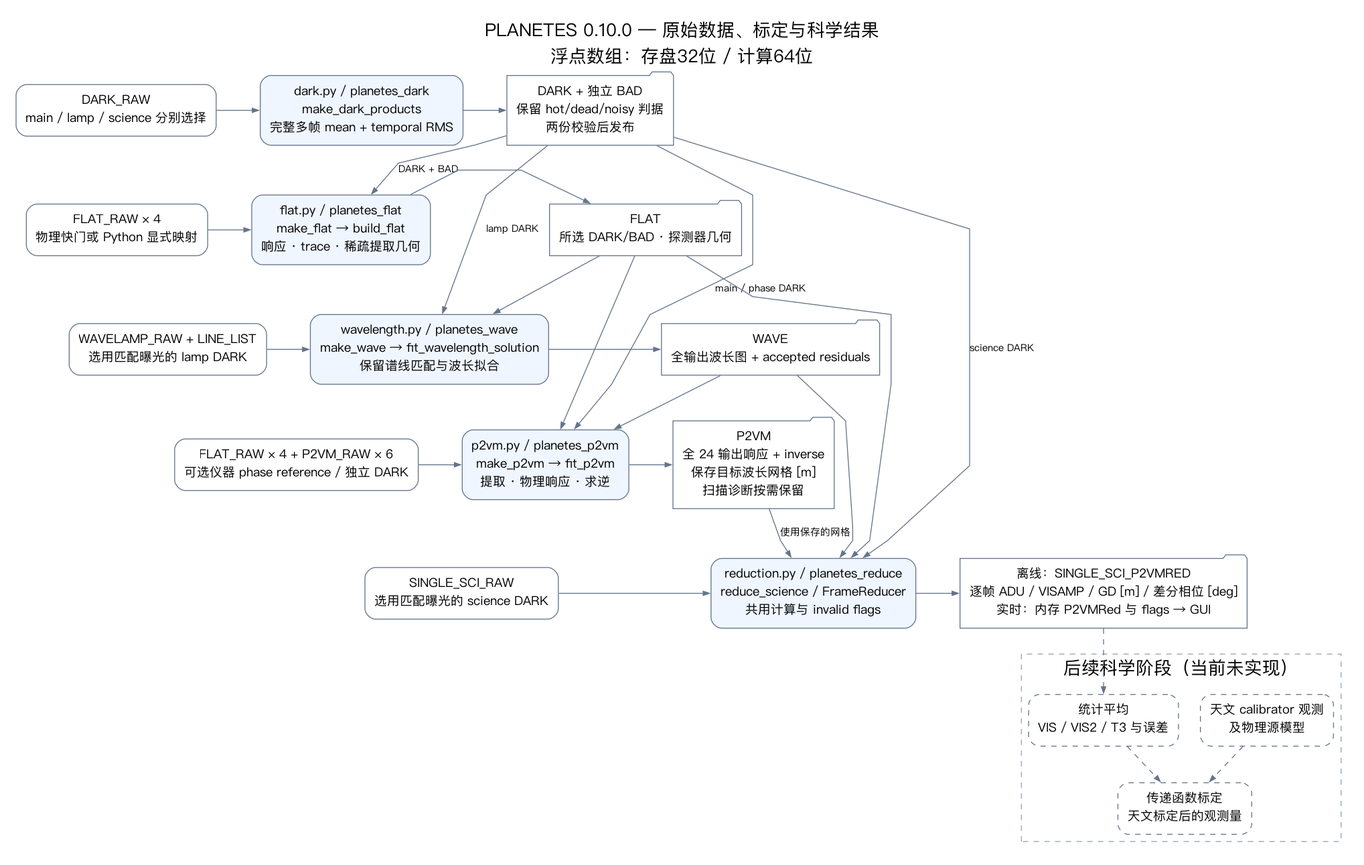
This is docs/dataflow.png from zexwu/planetes_pipe, a Graphviz export, as it was before one commit. Its source is kept beside it as docs/dataflow.dot.
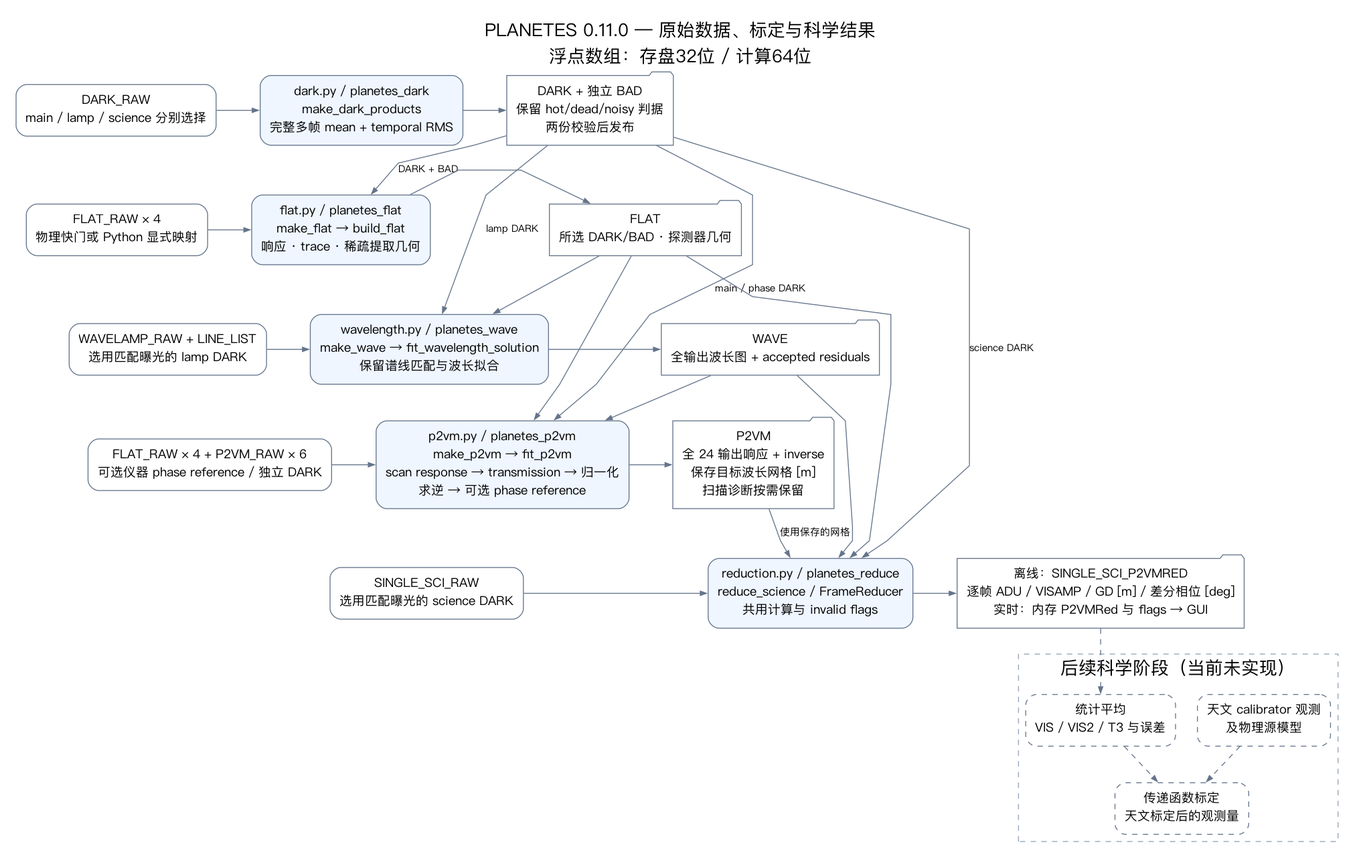
After the change.

Change to the diagram source:
```diff
@@ -1,5 +1,5 @@
 digraph Dataflow {
-  graph [rankdir=TB, bgcolor="white", pad=0.25, nodesep=0.35, ranksep=0.55, splines=polyline, fontname="PingFang SC", fontsize=20, label="PLANETES 0.10.0 — 原始数据、标定与科学结果\n浮点数组：存盘32位 / 计算64位", labelloc=t];
+  graph [rankdir=TB, bgcolor="white", pad=0.25, nodesep=0.35, ranksep=0.55, splines=polyline, fontname="PingFang SC", fontsize=20, label="PLANETES 0.11.0 — 原始数据、标定与科学结果\n浮点数组：存盘32位 / 计算64位", labelloc=t];
   node [shape=box, style="rounded", fontname="PingFang SC", fontsize=14, color="#64748b", margin="0.15,0.12"];
   edge [fontname="PingFang SC", fontsize=11, color="#64748b", arrowsize=0.7];
   rawdark [label="DARK_RAW\nmain / lamp / science 分别选择"];
@@ -12,7 +12,8 @@
   wave [label="wavelength.py / planetes_wave\nmake_wave → fit_wavelength_solution\n保留谱线匹配与波长拟合", style="rounded,filled", fillcolor="#eff6ff"];
   wavefits [label="WAVE\n全输出波长图 + accepted residuals", shape=folder];
   rawp2vm [label="FLAT_RAW × 4 + P2VM_RAW × 6\n可选仪器 phase reference / 独立 DARK"];
-  p2vm [label="p2vm.py / planetes_p2vm\nmake_p2vm → fit_p2vm\n提取 · 物理响应 · 求逆", style="rounded,filled", fillcolor="#eff6ff"];
+  p2vm [label="p2vm.py / planetes_p2vm\nmake_p2vm → fit_p2vm\nscan response → transmission → 归一化
+求逆 → 可选 phase reference", style="rounded,filled", fillcolor="#eff6ff"];
   p2vmfits [label="P2VM\n全 24 输出响应 + inverse\n保存目标波长网格 [m]\n扫描诊断按需保留", shape=folder];
   rawscience [label="SINGLE_SCI_RAW\n选用匹配曝光的 science DARK"];
   science [label="reduction.py / planetes_reduce\nreduce_science / FrameReducer\n共用计算与 invalid flags", style="rounded,filled", fillcolor="#eff6ff"];
```
